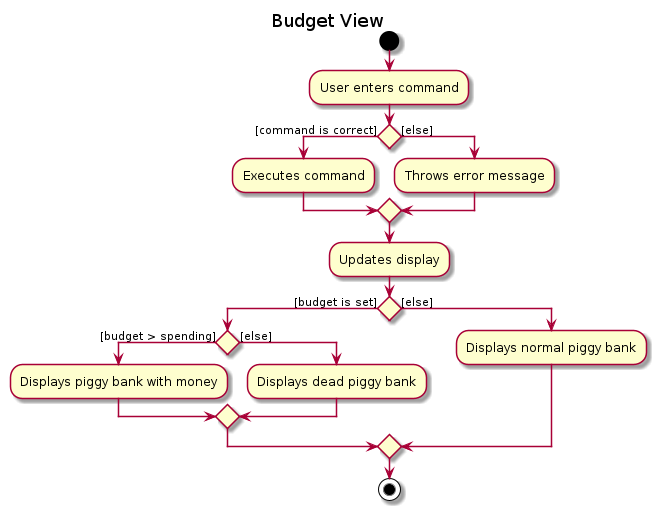
This is images/BudgetActivityDiagram.png from AY1920S2-CS2103T-T10-3/main, a PlantUML export, as it was before one commit. Its diagram source:
```plantuml
@startuml
title Budget View

start
:User enters command;

if () then ([command is correct])
    :Executes command;
else ([else])
    :Throws error message;
endif

:Updates display;

if () then ([budget is set])
    if () then ([budget > spending])
        :Displays piggy bank with money;
    else ([else])
        :Displays dead piggy bank;
    endif
else ([else])
    :Displays normal piggy bank;
endif

stop
@enduml
```
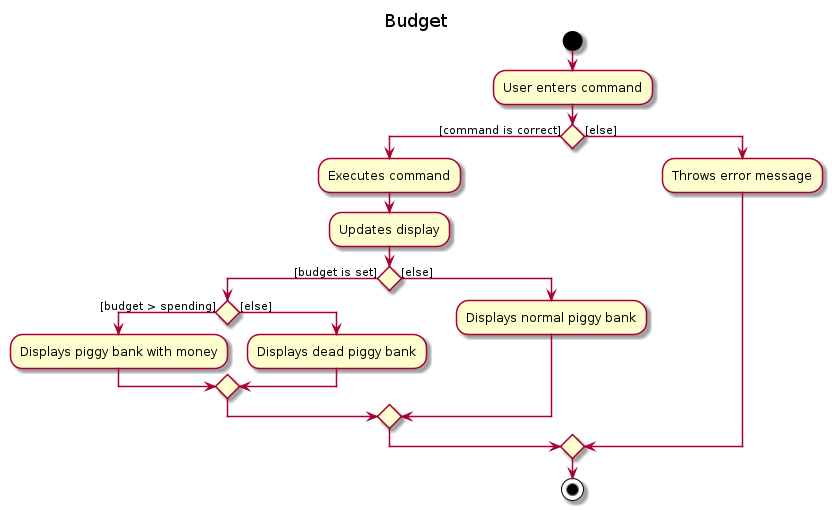
Later version of the same file.

The edit, as a diff of the source:
```diff
@@ -1,26 +1,27 @@
 @startuml
-title Budget View
+title Budget
 
 start
 :User enters command;
 
 if () then ([command is correct])
     :Executes command;
+
+    :Updates display;
+
+    if () then ([budget is set])
+        if () then ([budget > spending])
+            :Displays piggy bank with money;
+        else ([else])
+            :Displays dead piggy bank;
+        endif
+    else ([else])
+        :Displays normal piggy bank;
+    endif
 else ([else])
     :Throws error message;
 endif
 
-:Updates display;
-
-if () then ([budget is set])
-    if () then ([budget > spending])
-        :Displays piggy bank with money;
-    else ([else])
-        :Displays dead piggy bank;
-    endif
-else ([else])
-    :Displays normal piggy bank;
-endif
 
 stop
 @enduml
```
